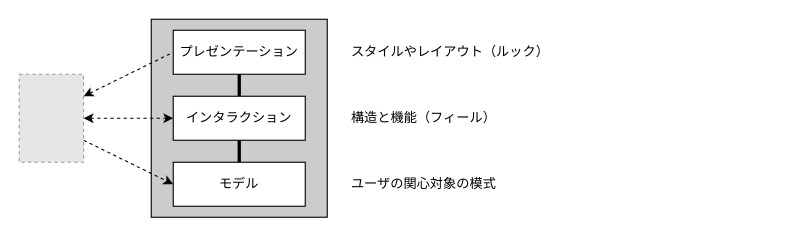
o3osatoshi/o3osatoshi.github.io keeps this draw.io diagram as assets/2024-06-09-object-oriented-user-interface-design/software-design-layer.drawio. Above is the earlier version. Source tidied: cells renumbered, new cells numbered last; positions are measured from the earlier drawing's top-left corner, leaving out a move shared by most shapes. Both pictures are drawn from the tidied source at 110%, with x=0, y=0 at pixel (19, 19). Pictures stored in the file or linked from it are replaced by grey dashed boxes.
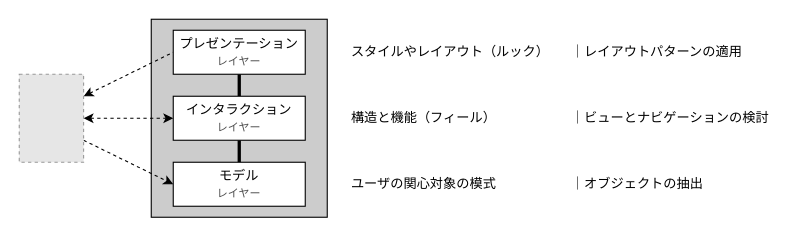
The same page after the edit.

Commit message (it also covers changes not shown here):
:sparkles: update 2024-06-09-object-oriented-user-interface-design

Diff of the diagram source:
```diff
@@
 <mxGraphModel>
   <root>
     <mxCell id="0" />
     <mxCell id="1" parent="0" />
     <mxCell id="2" style="rounded=0;whiteSpace=wrap;html=1;fillColor=#CCCCCC;" parent="1" vertex="1">
       <mxGeometry x="120" width="160" height="180" as="geometry" />
     </mxCell>
     <mxCell id="3" style="edgeStyle=none;html=1;exitX=1;exitY=0.25;exitDx=0;exitDy=0;entryX=0;entryY=0.5;entryDx=0;entryDy=0;strokeWidth=1;endArrow=none;endFill=0;startArrow=classic;startFill=1;dashed=1;" parent="1" edge="1" source="6" target="8">
       <mxGeometry relative="1" as="geometry" />
     </mxCell>
     <mxCell id="4" style="edgeStyle=none;html=1;exitX=1;exitY=0.5;exitDx=0;exitDy=0;dashed=1;strokeWidth=1;startArrow=classic;startFill=1;endArrow=classic;endFill=1;" parent="1" edge="1" source="6" target="10">
       <mxGeometry relative="1" as="geometry" />
     </mxCell>
     <mxCell id="5" style="edgeStyle=none;html=1;exitX=1;exitY=0.75;exitDx=0;exitDy=0;entryX=0;entryY=0.5;entryDx=0;entryDy=0;dashed=1;strokeWidth=1;startArrow=none;startFill=0;endArrow=classic;endFill=1;" parent="1" edge="1" source="6" target="11">
       <mxGeometry relative="1" as="geometry" />
     </mxCell>
     <mxCell id="6" style="fillColor=#E6E6E6;strokeColor=#999999;dashed=1;verticalLabelPosition=bottom;labelBackgroundColor=default;verticalAlign=top;" parent="1" vertex="1">
       <mxGeometry y="50" width="58.5" height="80" as="geometry" />
     </mxCell>
     <mxCell id="7" style="edgeStyle=none;html=1;exitX=0.5;exitY=1;exitDx=0;exitDy=0;entryX=0.5;entryY=0;entryDx=0;entryDy=0;endArrow=none;endFill=0;strokeWidth=3;" parent="1" edge="1" source="8" target="10">
       <mxGeometry relative="1" as="geometry" />
     </mxCell>
-    <mxCell id="8" value="プレゼンテーション" style="rounded=0;whiteSpace=wrap;html=1;" parent="1" vertex="1">
+    <mxCell id="8" value="プレゼンテーション&lt;br&gt;&lt;font style=&quot;font-size: 10px;&quot; color=&quot;#4d4d4d&quot;&gt;レイヤー&lt;/font&gt;" style="rounded=0;whiteSpace=wrap;html=1;" parent="1" vertex="1">
       <mxGeometry x="140" y="10" width="120" height="40" as="geometry" />
     </mxCell>
     <mxCell id="9" style="edgeStyle=none;html=1;exitX=0.5;exitY=1;exitDx=0;exitDy=0;entryX=0.5;entryY=0;entryDx=0;entryDy=0;endArrow=none;endFill=0;strokeWidth=3;" parent="1" edge="1" source="10" target="11">
       <mxGeometry relative="1" as="geometry" />
     </mxCell>
-    <mxCell id="10" value="インタラクション" style="rounded=0;whiteSpace=wrap;html=1;" parent="1" vertex="1">
+    <mxCell id="10" value="インタラクション&lt;br&gt;&lt;font style=&quot;font-size: 10px;&quot; color=&quot;#4d4d4d&quot;&gt;レイヤー&lt;/font&gt;" style="rounded=0;whiteSpace=wrap;html=1;" parent="1" vertex="1">
       <mxGeometry x="140" y="70" width="120" height="40" as="geometry" />
     </mxCell>
-    <mxCell id="11" value="モデル" style="rounded=0;whiteSpace=wrap;html=1;" parent="1" vertex="1">
+    <mxCell id="11" value="モデル&lt;br&gt;&lt;font style=&quot;font-size: 10px;&quot; color=&quot;#4d4d4d&quot;&gt;レイヤー&lt;/font&gt;" style="rounded=0;whiteSpace=wrap;html=1;" parent="1" vertex="1">
       <mxGeometry x="140" y="130" width="120" height="40" as="geometry" />
     </mxCell>
     <mxCell id="12" value="スタイルやレイアウト（ルック）" style="text;html=1;strokeColor=none;fillColor=none;align=left;verticalAlign=middle;whiteSpace=wrap;rounded=0;" parent="1" vertex="1">
       <mxGeometry x="300" y="15" width="200" height="30" as="geometry" />
     </mxCell>
     <mxCell id="13" value="構造と機能（フィール）" style="text;html=1;strokeColor=none;fillColor=none;align=left;verticalAlign=middle;whiteSpace=wrap;rounded=0;" parent="1" vertex="1">
       <mxGeometry x="300" y="75" width="200" height="30" as="geometry" />
     </mxCell>
     <mxCell id="14" value="ユーザの関心対象の模式" style="text;html=1;strokeColor=none;fillColor=none;align=left;verticalAlign=middle;whiteSpace=wrap;rounded=0;" parent="1" vertex="1">
       <mxGeometry x="300" y="135" width="200" height="30" as="geometry" />
     </mxCell>
+    <mxCell id="15" value="｜レイアウトパターンの適用" style="text;html=1;strokeColor=none;fillColor=none;align=left;verticalAlign=middle;whiteSpace=wrap;rounded=0;" parent="1" vertex="1">
+      <mxGeometry x="500" y="15" width="200" height="30" as="geometry" />
+    </mxCell>
+    <mxCell id="16" value="｜ビューとナビゲーションの検討" style="text;html=1;strokeColor=none;fillColor=none;align=left;verticalAlign=middle;whiteSpace=wrap;rounded=0;" parent="1" vertex="1">
+      <mxGeometry x="500" y="75" width="200" height="30" as="geometry" />
+    </mxCell>
+    <mxCell id="17" value="｜オブジェクトの抽出" style="text;html=1;strokeColor=none;fillColor=none;align=left;verticalAlign=middle;whiteSpace=wrap;rounded=0;" parent="1" vertex="1">
+      <mxGeometry x="500" y="135" width="200" height="30" as="geometry" />
+    </mxCell>
   </root>
 </mxGraphModel>
```
